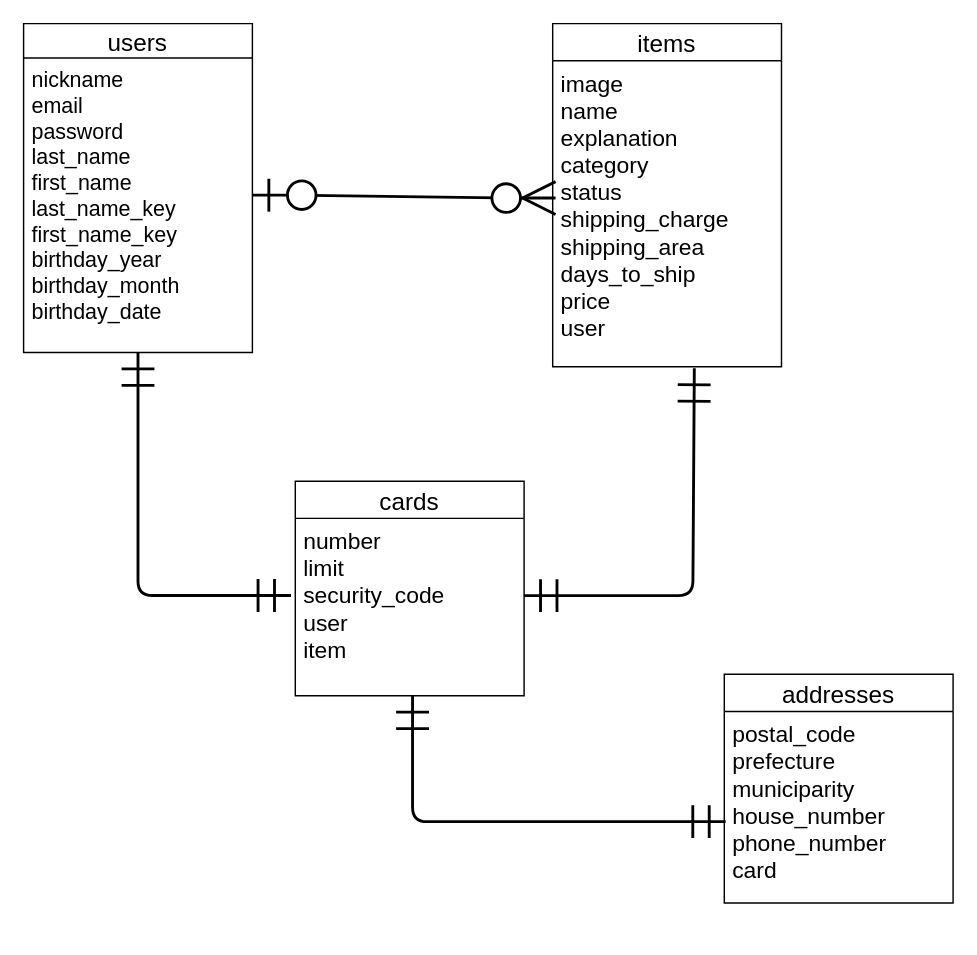
This is er.dio from tomomomoaki/furima-30607, a draw.io file, before an edit. Source tidied: cells renumbered, new cells numbered last; positions are measured from the earlier drawing's top-left corner, leaving out a move shared by most shapes. Both pictures are drawn from the tidied source at 143%, with x=0, y=0 at pixel (23, 23).
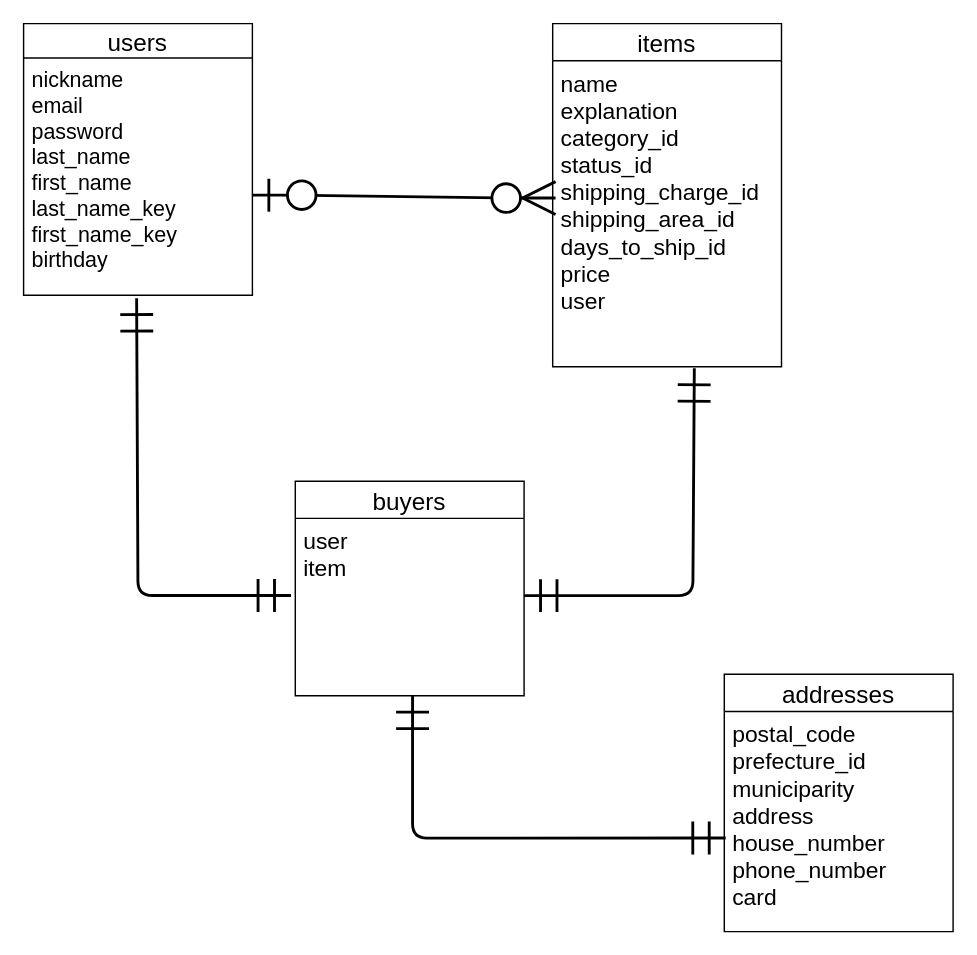
The same diagram, later.

Change to the diagram source:
```diff
@@
 <mxGraphModel>
   <root>
     <mxCell id="0" />
     <mxCell id="1" parent="0" />
     <mxCell id="2" value="items" style="swimlane;fontStyle=0;horizontal=1;startSize=26;align=center;fontSize=17;" parent="1" vertex="1">
       <mxGeometry x="370" width="160" height="240" as="geometry" />
     </mxCell>
-    <mxCell id="3" value="image&#10;name&#10;explanation&#10;category&#10;status&#10;shipping_charge&#10;shipping_area&#10;days_to_ship&#10;price&#10;user" style="text;strokeColor=none;fillColor=none;spacingLeft=4;spacingRight=4;overflow=hidden;points=[[0,0.5],[1,0.5]];portConstraint=eastwest;fontSize=16;" parent="2" vertex="1">
+    <mxCell id="3" value="name&#10;explanation&#10;category_id&#10;status_id&#10;shipping_charge_id&#10;shipping_area_id&#10;days_to_ship_id&#10;price&#10;user" style="text;strokeColor=none;fillColor=none;spacingLeft=4;spacingRight=4;overflow=hidden;points=[[0,0.5],[1,0.5]];portConstraint=eastwest;fontSize=16;" parent="2" vertex="1">
       <mxGeometry y="26" width="160" height="214" as="geometry" />
     </mxCell>
     <mxCell id="4" value="users" style="swimlane;fontStyle=0;horizontal=1;startSize=24;align=center;fontSize=17;" parent="1" vertex="1">
-      <mxGeometry width="160" height="230" as="geometry" />
+      <mxGeometry width="160" height="190" as="geometry" />
     </mxCell>
-    <mxCell id="5" value="nickname&#10;email&#10;password&#10;last_name&#10;first_name&#10;last_name_key&#10;first_name_key&#10;birthday_year&#10;birthday_month&#10;birthday_date&#10;" style="text;strokeColor=none;fillColor=none;spacingLeft=4;spacingRight=4;overflow=hidden;points=[[0,0.5],[1,0.5]];portConstraint=eastwest;fontSize=15;" parent="4" vertex="1">
-      <mxGeometry y="24" width="160" height="206" as="geometry" />
+    <mxCell id="5" value="nickname&#10;email&#10;password&#10;last_name&#10;first_name&#10;last_name_key&#10;first_name_key&#10;birthday&#10;" style="text;strokeColor=none;fillColor=none;spacingLeft=4;spacingRight=4;overflow=hidden;points=[[0,0.5],[1,0.5]];portConstraint=eastwest;fontSize=15;" parent="4" vertex="1">
+      <mxGeometry y="24" width="160" height="166" as="geometry" />
     </mxCell>
     <mxCell id="6" style="edgeStyle=entityRelationEdgeStyle;fontSize=12;html=1;endArrow=ERzeroToMany;startArrow=ERzeroToOne;strokeWidth=2;targetPerimeterSpacing=0;jumpSize=8;endSize=20;startSize=20;" parent="1" edge="1">
       <mxGeometry relative="1" as="geometry">
         <mxPoint x="160" y="120" as="sourcePoint" />
         <mxPoint x="372" y="122" as="targetPoint" />
       </mxGeometry>
     </mxCell>
-    <mxCell id="7" value="cards" style="swimlane;fontStyle=0;horizontal=1;startSize=26;align=center;fontSize=17;direction=east;" parent="1" vertex="1">
+    <mxCell id="7" value="buyers" style="swimlane;fontStyle=0;horizontal=1;startSize=26;align=center;fontSize=17;direction=east;" parent="1" vertex="1">
       <mxGeometry x="190" y="320" width="160" height="150" as="geometry" />
     </mxCell>
-    <mxCell id="8" value="number&#10;limit&#10;security_code&#10;user&#10;item" style="text;strokeColor=none;fillColor=none;spacingLeft=4;spacingRight=4;overflow=hidden;points=[[0,0.5],[1,0.5]];portConstraint=eastwest;fontSize=16;" parent="7" vertex="1">
+    <mxCell id="8" value="user&#10;item" style="text;strokeColor=none;fillColor=none;spacingLeft=4;spacingRight=4;overflow=hidden;points=[[0,0.5],[1,0.5]];portConstraint=eastwest;fontSize=16;" parent="7" vertex="1">
       <mxGeometry y="26" width="160" height="124" as="geometry" />
     </mxCell>
-    <mxCell id="9" style="edgeStyle=orthogonalEdgeStyle;fontSize=12;html=1;endArrow=ERmandOne;startArrow=ERmandOne;strokeWidth=2;exitX=-0.019;exitY=0.435;exitDx=0;exitDy=0;exitPerimeter=0;endSize=20;startSize=20;" parent="1" edge="1" source="8">
+    <mxCell id="9" style="edgeStyle=orthogonalEdgeStyle;fontSize=12;html=1;endArrow=ERmandOne;startArrow=ERmandOne;strokeWidth=2;exitX=-0.019;exitY=0.435;exitDx=0;exitDy=0;exitPerimeter=0;endSize=20;startSize=20;entryX=0.494;entryY=1.012;entryDx=0;entryDy=0;entryPerimeter=0;" parent="1" edge="1" source="8" target="5">
       <mxGeometry relative="1" as="geometry">
-        <mxPoint x="80" y="230" as="targetPoint" />
         <Array as="points">
           <mxPoint x="80" y="400" />
         </Array>
       </mxGeometry>
     </mxCell>
     <mxCell id="10" value="addresses" style="swimlane;fontStyle=0;horizontal=1;startSize=26;align=center;fontSize=17;" parent="1" vertex="1">
-      <mxGeometry x="490" y="455" width="160" height="160" as="geometry" />
+      <mxGeometry x="490" y="455" width="160" height="180" as="geometry" />
     </mxCell>
-    <mxCell id="11" value="postal_code&#10;prefecture&#10;municiparity&#10;house_number&#10;phone_number&#10;card&#10;" style="text;strokeColor=none;fillColor=none;spacingLeft=4;spacingRight=4;overflow=hidden;points=[[0,0.5],[1,0.5]];portConstraint=eastwest;fontSize=16;" parent="10" vertex="1">
-      <mxGeometry y="26" width="160" height="134" as="geometry" />
+    <mxCell id="11" value="postal_code&#10;prefecture_id&#10;municiparity&#10;address&#10;house_number&#10;phone_number&#10;card&#10;" style="text;strokeColor=none;fillColor=none;spacingLeft=4;spacingRight=4;overflow=hidden;points=[[0,0.5],[1,0.5]];portConstraint=eastwest;fontSize=16;" parent="10" vertex="1">
+      <mxGeometry y="26" width="160" height="154" as="geometry" />
     </mxCell>
     <mxCell id="12" style="edgeStyle=orthogonalEdgeStyle;fontSize=12;html=1;endArrow=ERmandOne;startArrow=ERmandOne;strokeWidth=2;entryX=0.619;entryY=1.005;entryDx=0;entryDy=0;entryPerimeter=0;endSize=20;startSize=20;" parent="1" edge="1" target="3">
       <mxGeometry relative="1" as="geometry">
         <mxPoint x="350" y="400" as="sourcePoint" />
         <Array as="points">
           <mxPoint x="468" y="400" />
         </Array>
       </mxGeometry>
     </mxCell>
     <mxCell id="13" style="edgeStyle=orthogonalEdgeStyle;fontSize=12;html=1;endArrow=ERmandOne;startArrow=ERmandOne;strokeWidth=2;exitX=0.006;exitY=0.575;exitDx=0;exitDy=0;exitPerimeter=0;endSize=20;startSize=20;" parent="1" edge="1" source="11">
       <mxGeometry relative="1" as="geometry">
         <mxPoint x="272" y="470" as="targetPoint" />
         <Array as="points">
-          <mxPoint x="272" y="558" />
+          <mxPoint x="272" y="570" />
         </Array>
       </mxGeometry>
     </mxCell>
   </root>
 </mxGraphModel>
```
